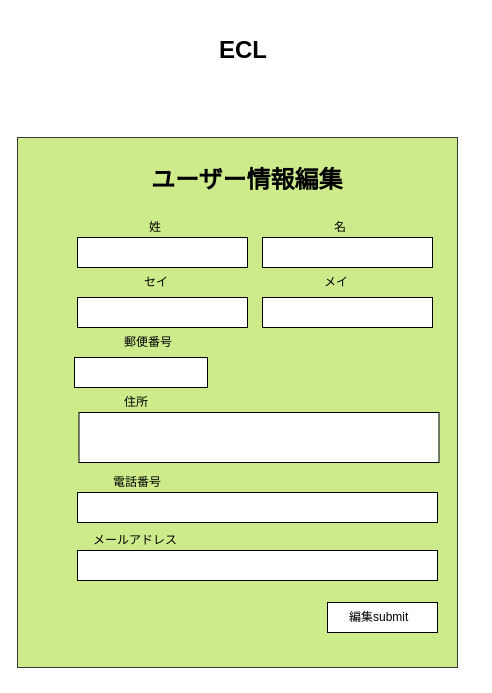
Above: ワイヤーフレーム/user/user_edit.drawio in ecl11/ECL (draw.io), before the change. Source tidied: cells renumbered, new cells numbered last; positions are measured from the earlier drawing's top-left corner, leaving out a move shared by most shapes. Both pictures are drawn from the tidied source at 100%, with x=0, y=0 at pixel (17, 17).
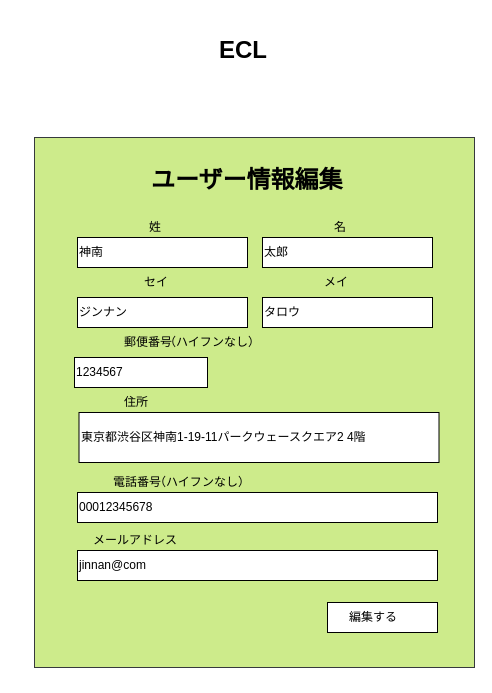
Above is the later version.

What changed in the source:
```diff
@@
     <mxCell id="4" style="rounded=0;whiteSpace=wrap;html=1;strokeWidth=1;align=left;fillColor=#cdeb8b;strokeColor=#36393d;" parent="1" vertex="1">
-      <mxGeometry y="120" width="440" height="530" as="geometry" />
+      <mxGeometry x="17" y="120" width="440" height="530" as="geometry" />
     </mxCell>
@@
-    <mxCell id="6" style="rounded=0;whiteSpace=wrap;html=1;strokeWidth=1;align=left;" parent="1" vertex="1">
+    <mxCell id="6" value="神南" style="rounded=0;whiteSpace=wrap;html=1;strokeWidth=1;align=left;" parent="1" vertex="1">
       <mxGeometry x="60" y="220" width="170" height="30" as="geometry" />
     </mxCell>
-    <mxCell id="7" style="rounded=0;whiteSpace=wrap;html=1;strokeWidth=1;align=left;" parent="1" vertex="1">
+    <mxCell id="7" value="太郎" style="rounded=0;whiteSpace=wrap;html=1;strokeWidth=1;align=left;" parent="1" vertex="1">
       <mxGeometry x="245" y="220" width="170" height="30" as="geometry" />
     </mxCell>
-    <mxCell id="8" style="rounded=0;whiteSpace=wrap;html=1;strokeWidth=1;align=left;" parent="1" vertex="1">
+    <mxCell id="8" value="ジンナン" style="rounded=0;whiteSpace=wrap;html=1;strokeWidth=1;align=left;" parent="1" vertex="1">
       <mxGeometry x="60" y="280" width="170" height="30" as="geometry" />
     </mxCell>
-    <mxCell id="9" style="rounded=0;whiteSpace=wrap;html=1;strokeWidth=1;align=left;" parent="1" vertex="1">
+    <mxCell id="9" value="タロウ" style="rounded=0;whiteSpace=wrap;html=1;strokeWidth=1;align=left;" parent="1" vertex="1">
       <mxGeometry x="245" y="280" width="170" height="30" as="geometry" />
     </mxCell>
-    <mxCell id="10" style="rounded=0;whiteSpace=wrap;html=1;strokeWidth=1;align=left;" parent="1" vertex="1">
+    <mxCell id="10" value="1234567" style="rounded=0;whiteSpace=wrap;html=1;strokeWidth=1;align=left;" parent="1" vertex="1">
       <mxGeometry x="57" y="340" width="133" height="30" as="geometry" />
     </mxCell>
-    <mxCell id="11" style="rounded=0;whiteSpace=wrap;html=1;strokeWidth=1;align=left;" parent="1" vertex="1">
+    <mxCell id="11" value="&lt;span&gt;東京都渋谷区神南1-19-11&lt;/span&gt;&lt;span&gt;パークウェースクエア2 4階&lt;/span&gt;" style="rounded=0;whiteSpace=wrap;html=1;strokeWidth=1;align=left;" parent="1" vertex="1">
       <mxGeometry x="61.5" y="395" width="360" height="50" as="geometry" />
     </mxCell>
@@
-    <mxCell id="15" style="rounded=0;whiteSpace=wrap;html=1;strokeWidth=1;align=left;" parent="1" vertex="1">
+    <mxCell id="15" value="00012345678" style="rounded=0;whiteSpace=wrap;html=1;strokeWidth=1;align=left;" parent="1" vertex="1">
       <mxGeometry x="60" y="475" width="360" height="30" as="geometry" />
     </mxCell>
-    <mxCell id="16" style="rounded=0;whiteSpace=wrap;html=1;strokeWidth=1;align=left;" parent="1" vertex="1">
+    <mxCell id="16" value="jinnan@com" style="rounded=0;whiteSpace=wrap;html=1;strokeWidth=1;align=left;" parent="1" vertex="1">
       <mxGeometry x="60" y="533" width="360" height="30" as="geometry" />
     </mxCell>
@@
-    <mxCell id="25" value="編集submit" style="text;html=1;align=left;verticalAlign=top;spacingTop=-4;" parent="1" vertex="1">
-      <mxGeometry x="330" y="590" width="70" height="20" as="geometry" />
+    <mxCell id="25" value="編集する" style="text;html=1;align=left;verticalAlign=top;spacingTop=-4;" parent="1" vertex="1">
+      <mxGeometry x="330" y="590" width="60" height="20" as="geometry" />
     </mxCell>
+    <mxCell id="26" value="（ハイフンなし）" style="text;html=1;align=left;verticalAlign=top;spacingTop=-4;" parent="1" vertex="1">
+      <mxGeometry x="145" y="315" width="110" height="20" as="geometry" />
+    </mxCell>
+    <mxCell id="27" value="（ハイフンなし）" style="text;html=1;align=left;verticalAlign=top;spacingTop=-4;" parent="1" vertex="1">
+      <mxGeometry x="135" y="455" width="110" height="20" as="geometry" />
+    </mxCell>
```
